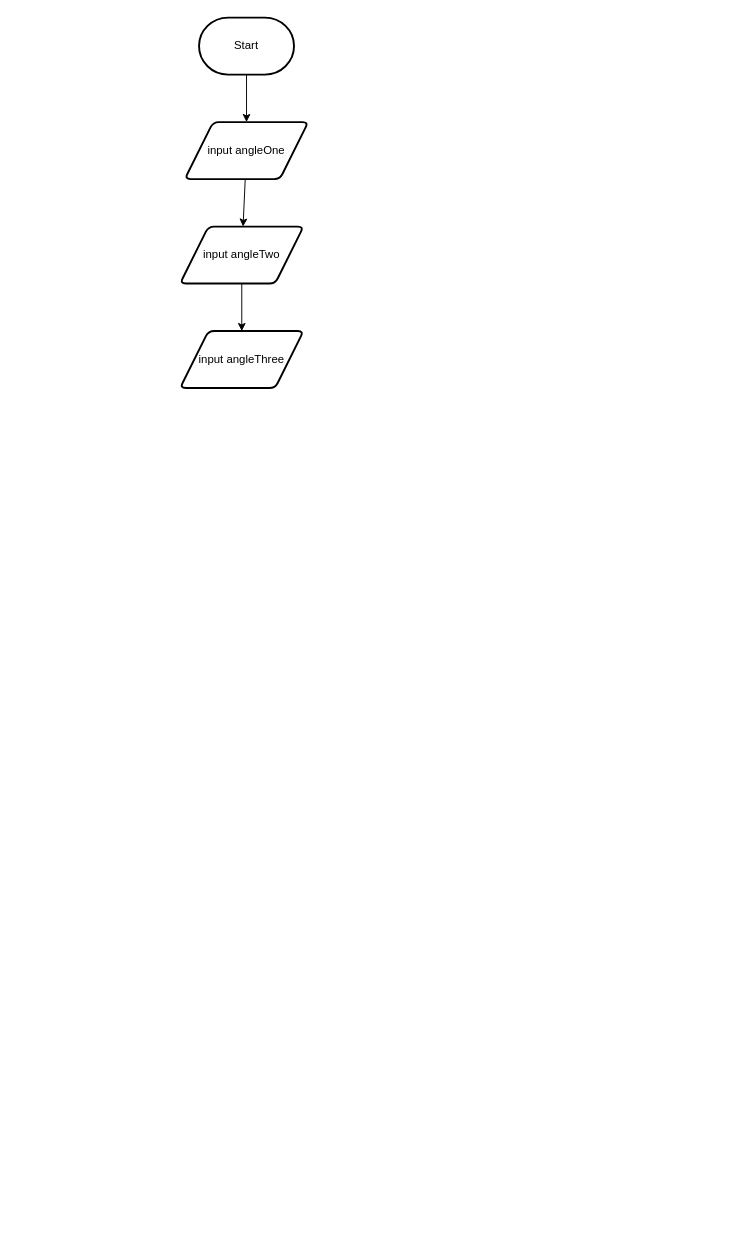
The draw.io diagram design/flowchart.drawio in Brayden-Blank/ICS2O-Unit-5-05-HTML, before the edit. Source tidied: cells renumbered, new cells numbered last; positions are measured from the earlier drawing's top-left corner, leaving out a move shared by most shapes. Both pictures are drawn from the tidied source at 95%, with x=0, y=0 at pixel (180, 17).
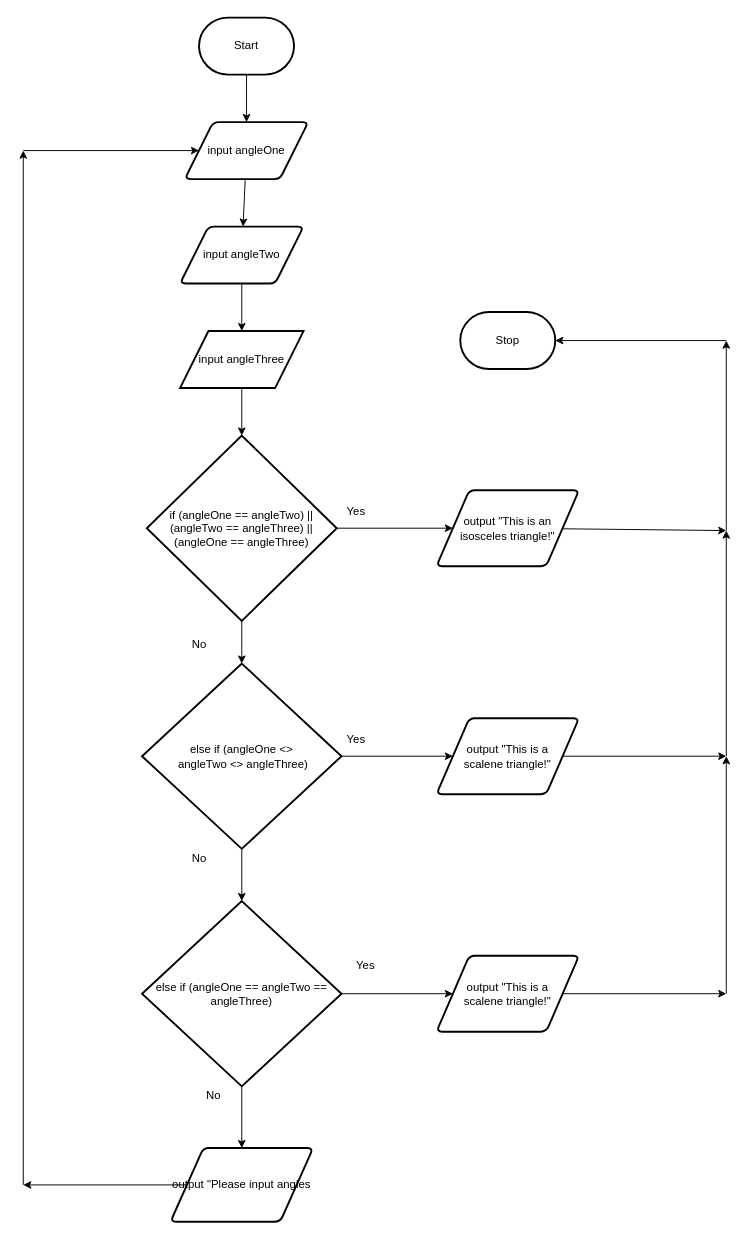
The same page after the edit.

Unchanged cells that the change refers to:
```xml
<mxCell id="5" value="input angleOne" style="shape=parallelogram;html=1;strokeWidth=2;perimeter=parallelogramPerimeter;whiteSpace=wrap;rounded=1;arcSize=12;size=0.23;" parent="1" vertex="1">
  <mxGeometry x="5" y="110" width="130" height="60" as="geometry" />
</mxCell>
```

The edit, as a diff of the source:
```diff
@@
+    <mxCell id="9" style="edgeStyle=none;html=1;" parent="1" edge="1" source="8" target="12">
+      <mxGeometry relative="1" as="geometry" />
+    </mxCell>
-    <mxCell id="8" value="input angleThree" style="shape=parallelogram;html=1;strokeWidth=2;perimeter=parallelogramPerimeter;whiteSpace=wrap;rounded=1;arcSize=12;size=0.23;" parent="1" vertex="1">
+    <mxCell id="8" value="input angleThree" style="shape=parallelogram;html=1;strokeWidth=2;perimeter=parallelogramPerimeter;whiteSpace=wrap;rounded=0;arcSize=12;size=0.23;" parent="1" vertex="1">
       <mxGeometry y="330" width="130" height="60" as="geometry" />
     </mxCell>
+    <mxCell id="10" style="edgeStyle=none;html=1;" parent="1" edge="1" source="12" target="14">
+      <mxGeometry relative="1" as="geometry" />
+    </mxCell>
+    <mxCell id="11" style="edgeStyle=none;html=1;" parent="1" edge="1" source="12" target="19">
+      <mxGeometry relative="1" as="geometry" />
+    </mxCell>
+    <mxCell id="12" value="if (angleOne == angleTwo) || (angleTwo == angleThree) || (angleOne == angleThree)" style="strokeWidth=2;html=1;shape=mxgraph.flowchart.decision;whiteSpace=wrap;rounded=0;" parent="1" vertex="1">
+      <mxGeometry x="-35" y="440" width="200" height="195" as="geometry" />
+    </mxCell>
+    <mxCell id="13" style="edgeStyle=none;html=1;" parent="1" edge="1" source="14">
+      <mxGeometry relative="1" as="geometry">
+        <mxPoint x="575" y="540" as="targetPoint" />
+      </mxGeometry>
+    </mxCell>
+    <mxCell id="14" value="output &quot;This is an &lt;br&gt;isosceles triangle!&quot;" style="shape=parallelogram;html=1;strokeWidth=2;perimeter=parallelogramPerimeter;whiteSpace=wrap;rounded=1;arcSize=12;size=0.23;" parent="1" vertex="1">
+      <mxGeometry x="270" y="497.5" width="150" height="80" as="geometry" />
+    </mxCell>
+    <mxCell id="15" value="Yes" style="text;html=1;align=center;verticalAlign=middle;strokeColor=none;fillColor=none;" parent="1" vertex="1">
+      <mxGeometry x="165" y="510" width="40" height="20" as="geometry" />
+    </mxCell>
+    <mxCell id="16" value="No" style="text;html=1;align=center;verticalAlign=middle;strokeColor=none;fillColor=none;" parent="1" vertex="1">
+      <mxGeometry x="5" y="650" width="30" height="20" as="geometry" />
+    </mxCell>
+    <mxCell id="17" style="edgeStyle=none;html=1;" parent="1" edge="1" source="19" target="22">
+      <mxGeometry relative="1" as="geometry" />
+    </mxCell>
+    <mxCell id="18" style="edgeStyle=none;html=1;" parent="1" edge="1" source="19" target="25">
+      <mxGeometry relative="1" as="geometry" />
+    </mxCell>
+    <mxCell id="19" value="else if (angleOne &amp;lt;&amp;gt;&lt;br&gt;&amp;nbsp;angleTwo &amp;lt;&amp;gt; angleThree)" style="strokeWidth=2;html=1;shape=mxgraph.flowchart.decision;whiteSpace=wrap;rounded=0;" parent="1" vertex="1">
+      <mxGeometry x="-40" y="680" width="210" height="195" as="geometry" />
+    </mxCell>
+    <mxCell id="20" value="Yes" style="text;html=1;align=center;verticalAlign=middle;strokeColor=none;fillColor=none;" parent="1" vertex="1">
+      <mxGeometry x="165" y="750" width="40" height="20" as="geometry" />
+    </mxCell>
+    <mxCell id="21" style="edgeStyle=none;html=1;" parent="1" edge="1" source="22">
+      <mxGeometry relative="1" as="geometry">
+        <mxPoint x="575" y="777.5" as="targetPoint" />
+      </mxGeometry>
+    </mxCell>
+    <mxCell id="22" value="output &quot;This is a scalene&amp;nbsp;triangle!&quot;" style="shape=parallelogram;html=1;strokeWidth=2;perimeter=parallelogramPerimeter;whiteSpace=wrap;rounded=1;arcSize=12;size=0.23;" parent="1" vertex="1">
+      <mxGeometry x="270" y="737.5" width="150" height="80" as="geometry" />
+    </mxCell>
+    <mxCell id="23" style="edgeStyle=none;html=1;" parent="1" edge="1" source="25" target="28">
+      <mxGeometry relative="1" as="geometry" />
+    </mxCell>
+    <mxCell id="24" style="edgeStyle=none;html=1;" parent="1" edge="1" source="25" target="31">
+      <mxGeometry relative="1" as="geometry" />
+    </mxCell>
+    <mxCell id="25" value="else if (angleOne == angleTwo == angleThree)" style="strokeWidth=2;html=1;shape=mxgraph.flowchart.decision;whiteSpace=wrap;rounded=0;" parent="1" vertex="1">
+      <mxGeometry x="-40" y="930" width="210" height="195" as="geometry" />
+    </mxCell>
+    <mxCell id="26" value="No" style="text;html=1;align=center;verticalAlign=middle;strokeColor=none;fillColor=none;" parent="1" vertex="1">
+      <mxGeometry x="5" y="875" width="30" height="20" as="geometry" />
+    </mxCell>
+    <mxCell id="27" style="edgeStyle=none;html=1;" parent="1" edge="1" source="28">
+      <mxGeometry relative="1" as="geometry">
+        <mxPoint x="575" y="1027.5" as="targetPoint" />
+      </mxGeometry>
+    </mxCell>
+    <mxCell id="28" value="output &quot;This is a scalene&amp;nbsp;triangle!&quot;" style="shape=parallelogram;html=1;strokeWidth=2;perimeter=parallelogramPerimeter;whiteSpace=wrap;rounded=1;arcSize=12;size=0.23;" parent="1" vertex="1">
+      <mxGeometry x="270" y="987.5" width="150" height="80" as="geometry" />
+    </mxCell>
+    <mxCell id="29" value="Yes" style="text;html=1;align=center;verticalAlign=middle;strokeColor=none;fillColor=none;" parent="1" vertex="1">
+      <mxGeometry x="175" y="987.5" width="40" height="20" as="geometry" />
+    </mxCell>
+    <mxCell id="30" style="edgeStyle=none;html=1;" parent="1" edge="1" source="31">
+      <mxGeometry relative="1" as="geometry">
+        <mxPoint x="-165" y="1228.8" as="targetPoint" />
+      </mxGeometry>
+    </mxCell>
+    <mxCell id="31" value="output &quot;Please input angles" style="shape=parallelogram;html=1;strokeWidth=2;perimeter=parallelogramPerimeter;whiteSpace=wrap;rounded=1;arcSize=12;size=0.23;" parent="1" vertex="1">
+      <mxGeometry x="-10" y="1190" width="150" height="77.5" as="geometry" />
+    </mxCell>
+    <mxCell id="32" value="No" style="text;html=1;align=center;verticalAlign=middle;strokeColor=none;fillColor=none;" parent="1" vertex="1">
+      <mxGeometry x="20" y="1125" width="30" height="20" as="geometry" />
+    </mxCell>
+    <mxCell id="33" style="edgeStyle=none;html=1;" parent="1" edge="1">
+      <mxGeometry relative="1" as="geometry">
+        <mxPoint x="-165" y="1228.8" as="sourcePoint" />
+        <mxPoint x="-165" y="140" as="targetPoint" />
+      </mxGeometry>
+    </mxCell>
+    <mxCell id="34" style="edgeStyle=none;html=1;" parent="1" edge="1" target="5">
+      <mxGeometry relative="1" as="geometry">
+        <mxPoint x="-165" y="140" as="sourcePoint" />
+      </mxGeometry>
+    </mxCell>
+    <mxCell id="35" style="edgeStyle=none;html=1;" parent="1" edge="1">
+      <mxGeometry relative="1" as="geometry">
+        <mxPoint x="575" y="1027.5" as="sourcePoint" />
+        <mxPoint x="575" y="777.5" as="targetPoint" />
+      </mxGeometry>
+    </mxCell>
+    <mxCell id="36" style="edgeStyle=none;html=1;" parent="1" edge="1">
+      <mxGeometry relative="1" as="geometry">
+        <mxPoint x="575" y="777.5" as="sourcePoint" />
+        <mxPoint x="575" y="540" as="targetPoint" />
+      </mxGeometry>
+    </mxCell>
+    <mxCell id="37" style="edgeStyle=none;html=1;" parent="1" edge="1">
+      <mxGeometry relative="1" as="geometry">
+        <mxPoint x="575" y="540" as="sourcePoint" />
+        <mxPoint x="575" y="340" as="targetPoint" />
+      </mxGeometry>
+    </mxCell>
+    <mxCell id="38" style="edgeStyle=none;html=1;" parent="1" edge="1" target="39">
+      <mxGeometry relative="1" as="geometry">
+        <mxPoint x="575" y="340" as="sourcePoint" />
+      </mxGeometry>
+    </mxCell>
+    <mxCell id="39" value="Stop" style="strokeWidth=2;html=1;shape=mxgraph.flowchart.terminator;whiteSpace=wrap;rounded=0;" parent="1" vertex="1">
+      <mxGeometry x="295" y="310" width="100" height="60" as="geometry" />
+    </mxCell>
```
